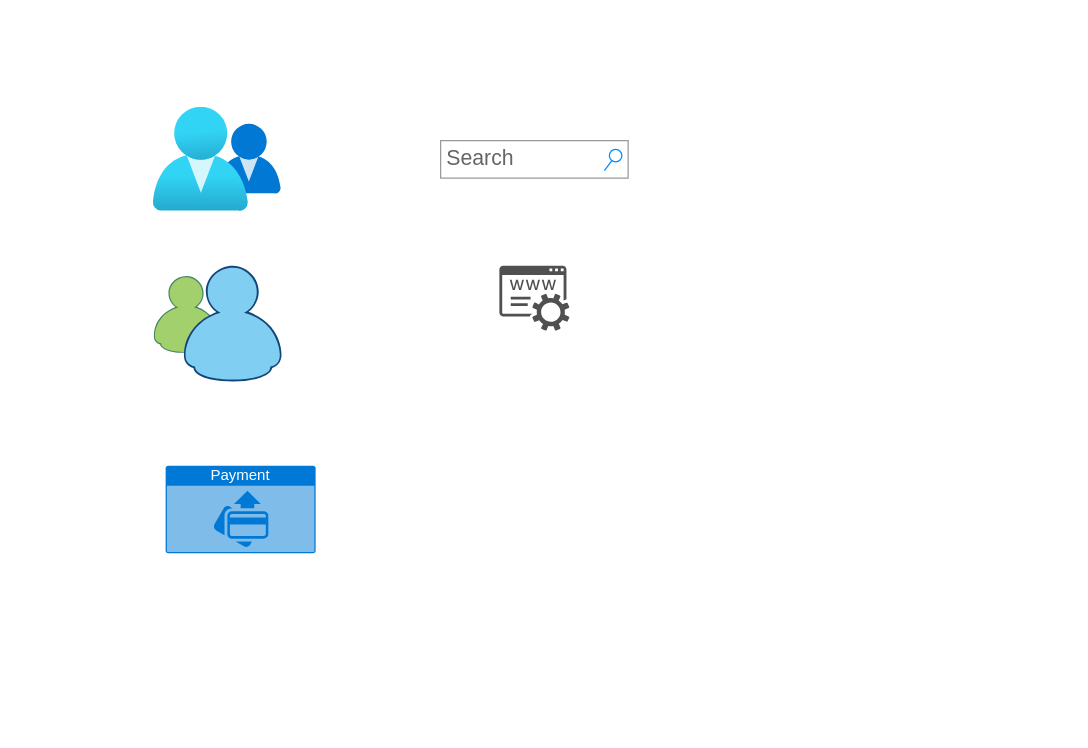
Before: alx-booking-uc.drawio in JonathanD250/requirement-analysis, a draw.io diagram. Source tidied: cells renumbered, new cells numbered last; positions are measured from the earlier drawing's top-left corner, leaving out a move shared by most shapes. Both pictures are drawn from the tidied source at 125%, with x=0, y=0 at pixel (152, 106).
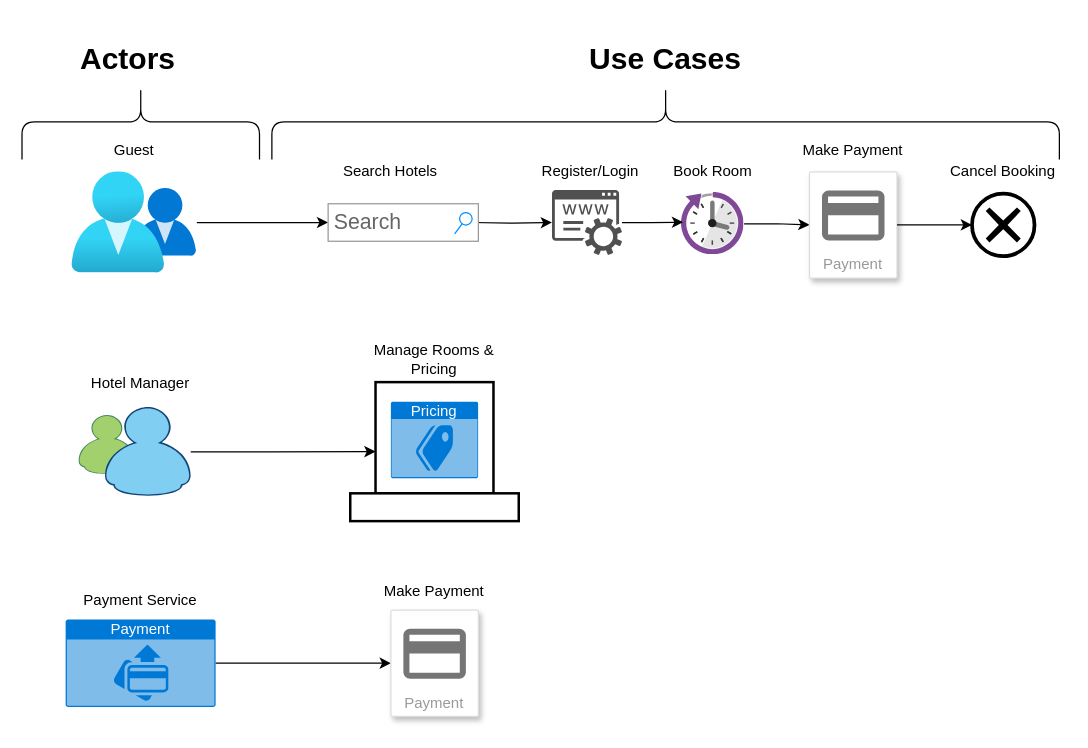
The same page after the edit.

What changed in the source:
```diff
@@
+    <mxCell id="7" style="edgeStyle=orthogonalEdgeStyle;rounded=0;jettySize=auto;html=1;" parent="1" edge="1" source="2" target="5">
+      <mxGeometry relative="1" as="geometry" />
+    </mxCell>
-    <mxCell id="2" style="image;html=1;points=[];align=center;fontSize=12;image=img/lib/azure2/management_governance/My_Customers.svg;" parent="1" vertex="1">
-      <mxGeometry y="0.3" width="102.8" height="83.4" as="geometry" />
+    <mxCell id="2" style="image;html=1;points=[];align=center;fontSize=12;image=img/lib/azure2/management_governance/My_Customers.svg;fontFamily=Times New Roman;" parent="1" vertex="1">
+      <mxGeometry x="-65" y="51.9" width="100" height="81.2" as="geometry" />
     </mxCell>
     <mxCell id="3" style="dashed=0;outlineConnect=0;html=1;align=center;labelPosition=center;verticalLabelPosition=bottom;verticalAlign=top;shape=mxgraph.weblogos.messenger;" parent="1" vertex="1">
-      <mxGeometry x="0.2" y="127" width="102.6" height="93.4" as="geometry" />
+      <mxGeometry x="-59.9" y="240" width="90" height="71.7" as="geometry" />
     </mxCell>
+    <mxCell id="8" style="edgeStyle=orthogonalEdgeStyle;rounded=0;jettySize=auto;html=1;entryX=0;entryY=0.5;entryDx=0;entryDy=0;" parent="1" edge="1" source="4" target="28">
+      <mxGeometry relative="1" as="geometry" />
+    </mxCell>
     <mxCell id="4" value="Payment" style="html=1;whiteSpace=wrap;strokeColor=none;fillColor=#0079D6;labelPosition=center;verticalLabelPosition=middle;verticalAlign=top;align=center;fontSize=12;outlineConnect=0;spacingTop=-6;fontColor=#FFFFFF;sketch=0;shape=mxgraph.sitemap.payment;" parent="1" vertex="1">
-      <mxGeometry x="10" y="287" width="120" height="70" as="geometry" />
+      <mxGeometry x="-70" y="410" width="120" height="70" as="geometry" />
     </mxCell>
+    <mxCell id="9" style="edgeStyle=orthogonalEdgeStyle;rounded=0;jettySize=auto;html=1;" parent="1" edge="1" target="6">
+      <mxGeometry relative="1" as="geometry">
+        <mxPoint x="255.1" y="92.5" as="sourcePoint" />
+      </mxGeometry>
+    </mxCell>
     <mxCell id="5" value="Search" style="strokeWidth=1;shadow=0;dashed=0;align=center;html=1;shape=mxgraph.mockup.forms.searchBox;strokeColor=#999999;mainText=;strokeColor2=#008cff;fontColor=#666666;fontSize=17;align=left;spacingLeft=3;whiteSpace=wrap;" parent="1" vertex="1">
-      <mxGeometry x="230" y="27" width="150" height="30" as="geometry" />
+      <mxGeometry x="140" y="77.5" width="120.2" height="30" as="geometry" />
     </mxCell>
     <mxCell id="6" style="sketch=0;shadow=0;dashed=0;html=1;strokeColor=none;fillColor=#505050;labelPosition=center;verticalLabelPosition=bottom;verticalAlign=top;outlineConnect=0;align=center;shape=mxgraph.office.services.registrar_service;" parent="1" vertex="1">
-      <mxGeometry x="277" y="127" width="56" height="52" as="geometry" />
+      <mxGeometry x="319.1" y="66.5" width="56" height="52" as="geometry" />
     </mxCell>
+    <mxCell id="10" style="edgeStyle=orthogonalEdgeStyle;rounded=0;jettySize=auto;html=1;entryX=0;entryY=0.5;entryDx=0;entryDy=0;" parent="1" edge="1" source="11" target="12">
+      <mxGeometry relative="1" as="geometry" />
+    </mxCell>
+    <mxCell id="11" style="image;sketch=0;html=1;points=[];align=center;fontSize=12;image=img/lib/mscae/Reservations.svg;" parent="1" vertex="1">
+      <mxGeometry x="422.8" y="68.5" width="50" height="50" as="geometry" />
+    </mxCell>
+    <mxCell id="12" value="Payment" style="fillColor=#ffffff;strokeColor=#dddddd;shadow=1;strokeWidth=1;rounded=1;absoluteArcSize=1;arcSize=2;labelPosition=center;verticalLabelPosition=middle;align=center;verticalAlign=bottom;spacingLeft=0;fontColor=#999999;fontSize=12;whiteSpace=wrap;spacingBottom=2;html=1;" parent="1" vertex="1">
+      <mxGeometry x="525.1" y="51.9" width="70" height="85" as="geometry" />
+    </mxCell>
+    <mxCell id="13" style="sketch=0;dashed=0;html=1;fillColor=#757575;strokeColor=none;shape=mxgraph.gcp2.payment;" parent="12" vertex="1">
+      <mxGeometry x="0.5" width="50" height="40" relative="1" as="geometry">
+        <mxPoint x="-25" y="15" as="offset" />
+      </mxGeometry>
+    </mxCell>
+    <mxCell id="14" style="points=[[0.145,0.145,0],[0.5,0,0],[0.855,0.145,0],[1,0.5,0],[0.855,0.855,0],[0.5,1,0],[0.145,0.855,0],[0,0.5,0]];shape=mxgraph.bpmn.event;html=1;verticalLabelPosition=bottom;labelBackgroundColor=#ffffff;verticalAlign=top;align=center;perimeter=ellipsePerimeter;outlineConnect=0;outline=end;symbol=cancel;" parent="1" vertex="1">
+      <mxGeometry x="655.1" y="69.4" width="50" height="50" as="geometry" />
+    </mxCell>
+    <mxCell id="15" style="verticalLabelPosition=bottom;html=1;verticalAlign=top;strokeWidth=2;shape=mxgraph.lean_mapping.control_center;" parent="1" vertex="1">
+      <mxGeometry x="157.7" y="220.2" width="134.8" height="111.2" as="geometry" />
+    </mxCell>
+    <mxCell id="16" value="Guest" style="text;html=1;align=center;verticalAlign=middle;whiteSpace=wrap;rounded=0;" parent="1" vertex="1">
+      <mxGeometry x="-64.8" y="20" width="99.8" height="30" as="geometry" />
+    </mxCell>
+    <mxCell id="17" value="Search Hotels" style="text;html=1;align=center;verticalAlign=middle;whiteSpace=wrap;rounded=0;" parent="1" vertex="1">
+      <mxGeometry x="140" y="36.5" width="99.8" height="30" as="geometry" />
+    </mxCell>
+    <mxCell id="18" value="Register/Login" style="text;html=1;align=center;verticalAlign=middle;whiteSpace=wrap;rounded=0;" parent="1" vertex="1">
+      <mxGeometry x="300.2" y="36.5" width="99.8" height="30" as="geometry" />
+    </mxCell>
+    <mxCell id="19" style="edgeStyle=orthogonalEdgeStyle;rounded=0;jettySize=auto;html=1;entryX=0.024;entryY=0.476;entryDx=0;entryDy=0;entryPerimeter=0;" parent="1" edge="1" source="6" target="11">
+      <mxGeometry relative="1" as="geometry" />
+    </mxCell>
+    <mxCell id="20" value="Book Room" style="text;html=1;align=center;verticalAlign=middle;whiteSpace=wrap;rounded=0;" parent="1" vertex="1">
+      <mxGeometry x="397.9" y="36.5" width="99.8" height="30" as="geometry" />
+    </mxCell>
+    <mxCell id="21" value="Make Payment" style="text;html=1;align=center;verticalAlign=middle;whiteSpace=wrap;rounded=0;" parent="1" vertex="1">
+      <mxGeometry x="510.2" y="20" width="99.8" height="30" as="geometry" />
+    </mxCell>
+    <mxCell id="22" value="Cancel Booking" style="text;html=1;align=center;verticalAlign=middle;whiteSpace=wrap;rounded=0;" parent="1" vertex="1">
+      <mxGeometry x="630.2" y="36.5" width="99.8" height="30" as="geometry" />
+    </mxCell>
+    <mxCell id="23" style="edgeStyle=orthogonalEdgeStyle;rounded=0;jettySize=auto;html=1;entryX=0;entryY=0.5;entryDx=0;entryDy=0;entryPerimeter=0;" parent="1" edge="1" source="12" target="14">
+      <mxGeometry relative="1" as="geometry" />
+    </mxCell>
+    <mxCell id="24" value="Hotel Manager " style="text;html=1;align=center;verticalAlign=middle;whiteSpace=wrap;rounded=0;" parent="1" vertex="1">
+      <mxGeometry x="-59.9" y="205.8" width="99.8" height="30" as="geometry" />
+    </mxCell>
+    <mxCell id="25" style="edgeStyle=orthogonalEdgeStyle;rounded=0;jettySize=auto;html=1;entryX=0.15;entryY=0.5;entryDx=0;entryDy=0;entryPerimeter=0;" parent="1" edge="1" source="3" target="15">
+      <mxGeometry relative="1" as="geometry" />
+    </mxCell>
+    <mxCell id="26" value="Manage Rooms &amp;amp; Pricing " style="text;html=1;align=center;verticalAlign=middle;whiteSpace=wrap;rounded=0;" parent="1" vertex="1">
+      <mxGeometry x="175.2" y="187" width="99.8" height="30" as="geometry" />
+    </mxCell>
+    <mxCell id="27" value="Payment Service" style="text;html=1;align=center;verticalAlign=middle;whiteSpace=wrap;rounded=0;" parent="1" vertex="1">
+      <mxGeometry x="-59.9" y="380" width="99.8" height="30" as="geometry" />
+    </mxCell>
+    <mxCell id="28" value="Payment" style="fillColor=#ffffff;strokeColor=#dddddd;shadow=1;strokeWidth=1;rounded=1;absoluteArcSize=1;arcSize=2;labelPosition=center;verticalLabelPosition=middle;align=center;verticalAlign=bottom;spacingLeft=0;fontColor=#999999;fontSize=12;whiteSpace=wrap;spacingBottom=2;html=1;" parent="1" vertex="1">
+      <mxGeometry x="190.2" y="402.5" width="70" height="85" as="geometry" />
+    </mxCell>
+    <mxCell id="29" style="sketch=0;dashed=0;html=1;fillColor=#757575;strokeColor=none;shape=mxgraph.gcp2.payment;" parent="28" vertex="1">
+      <mxGeometry x="0.5" width="50" height="40" relative="1" as="geometry">
+        <mxPoint x="-25" y="15" as="offset" />
+      </mxGeometry>
+    </mxCell>
+    <mxCell id="30" value="Make Payment" style="text;html=1;align=center;verticalAlign=middle;whiteSpace=wrap;rounded=0;" parent="1" vertex="1">
+      <mxGeometry x="175.2" y="372.5" width="99.8" height="30" as="geometry" />
+    </mxCell>
+    <mxCell id="31" value="&lt;h1&gt;Actors&lt;/h1&gt;" style="text;html=1;align=center;verticalAlign=middle;whiteSpace=wrap;rounded=0;" parent="1" vertex="1">
+      <mxGeometry x="-69.8" y="-53" width="99.8" height="30" as="geometry" />
+    </mxCell>
+    <mxCell id="32" style="shape=curlyBracket;whiteSpace=wrap;html=1;rounded=1;flipH=1;labelPosition=right;verticalLabelPosition=middle;align=left;verticalAlign=middle;rotation=-90;" parent="1" vertex="1">
+      <mxGeometry x="-39.9" y="-83" width="60" height="190" as="geometry" />
+    </mxCell>
+    <mxCell id="33" style="shape=curlyBracket;whiteSpace=wrap;html=1;rounded=1;flipH=1;labelPosition=right;verticalLabelPosition=middle;align=left;verticalAlign=middle;rotation=-90;" parent="1" vertex="1">
+      <mxGeometry x="380" y="-303" width="60" height="630" as="geometry" />
+    </mxCell>
+    <mxCell id="34" value="&lt;h1&gt;Use Cases&lt;/h1&gt;" style="text;html=1;align=center;verticalAlign=middle;whiteSpace=wrap;rounded=0;" parent="1" vertex="1">
+      <mxGeometry x="340.1" y="-53" width="140" height="30" as="geometry" />
+    </mxCell>
+    <mxCell id="35" value="Pricing" style="html=1;whiteSpace=wrap;strokeColor=none;fillColor=#0079D6;labelPosition=center;verticalLabelPosition=middle;verticalAlign=top;align=center;fontSize=12;spacingTop=-6;fontColor=#FFFFFF;sketch=0;shape=mxgraph.sitemap.pricing;" parent="1" vertex="1">
+      <mxGeometry x="190.2" y="235.8" width="69.8" height="61.2" as="geometry" />
+    </mxCell>
```
